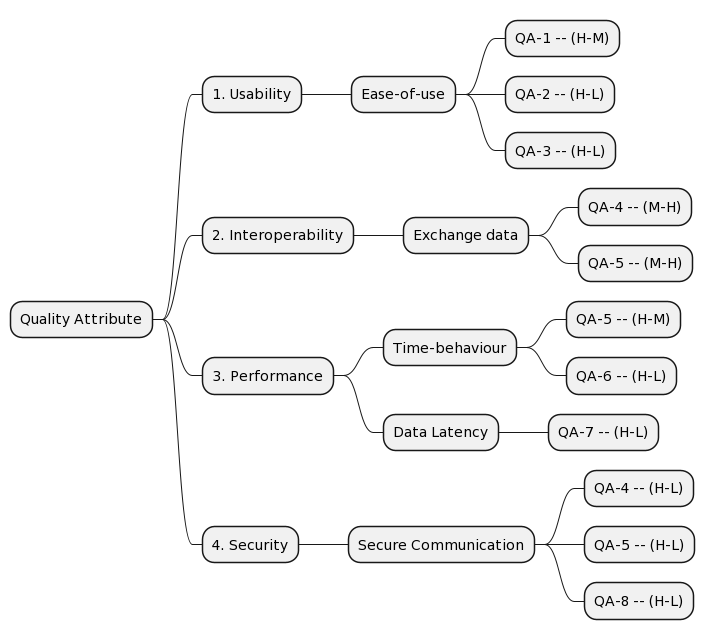
This is assets/quality_tree.png from Bruno-Macedo/Soft.Arch, a PlantUML export, as it was before one commit.
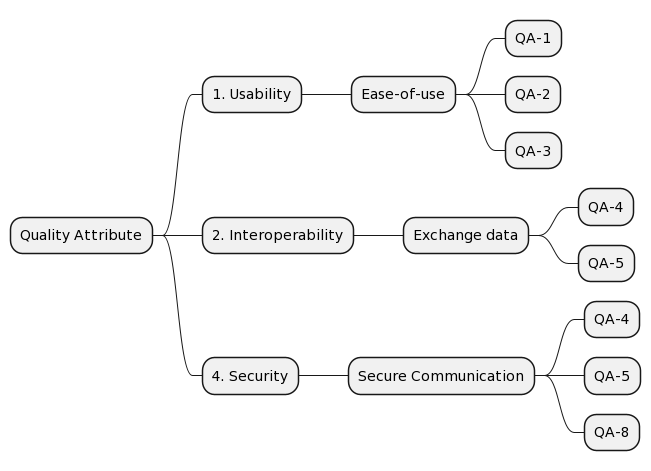
Later version of the same file.

Diff of the diagram source:
```diff
@@ -2,22 +2,16 @@
 * Quality Attribute
 	* 1. Usability
 		* Ease-of-use
-			* QA-1 -- (H-M)
-			* QA-2 -- (H-L)
-			* QA-3 -- (H-L)
+			* QA-1
+			* QA-2
+			* QA-3
 	* 2. Interoperability
 		* Exchange data
-			* QA-4 -- (M-H)
-			* QA-5 -- (M-H)
-	* 3. Performance
-		* Time-behaviour
-			* QA-5 -- (H-M)
-			* QA-6 -- (H-L)
-		* Data Latency
-			* QA-7 -- (H-L)
+			* QA-4
+			* QA-5
 	* 4. Security
 		* Secure Communication
-			* QA-4 -- (H-L)
-			* QA-5 -- (H-L)
-			* QA-8 -- (H-L)
+			* QA-4
+			* QA-5
+			* QA-8
 @endmindmap
```
